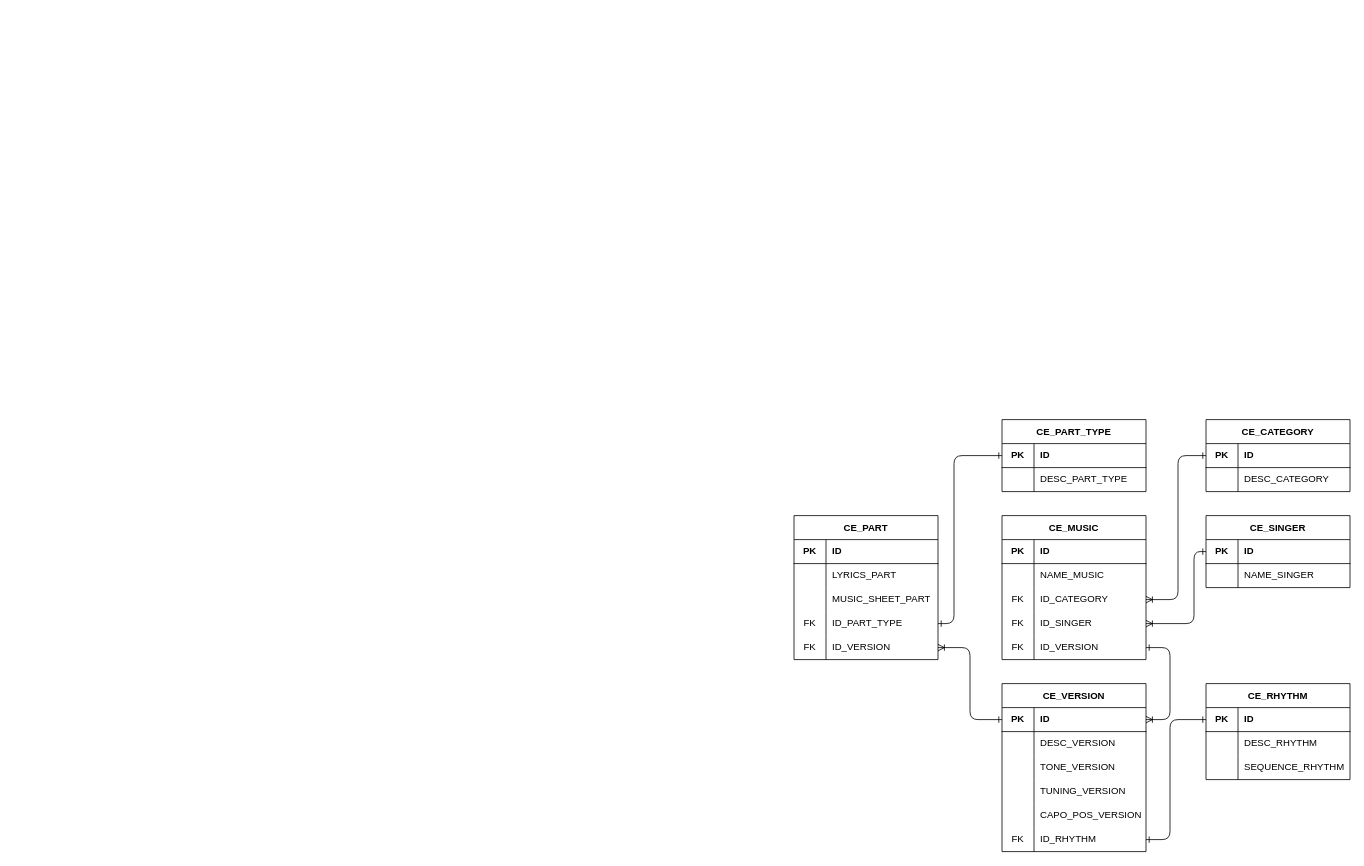
Before: diagrams/ERD.drawio in diasCr/cifraEasy, a draw.io diagram. Source tidied: cells renumbered, new cells numbered last; positions are measured from the earlier drawing's top-left corner, leaving out a move shared by most shapes. Both pictures are drawn from the tidied source at 80%, with x=0, y=0 at pixel (794, 419).
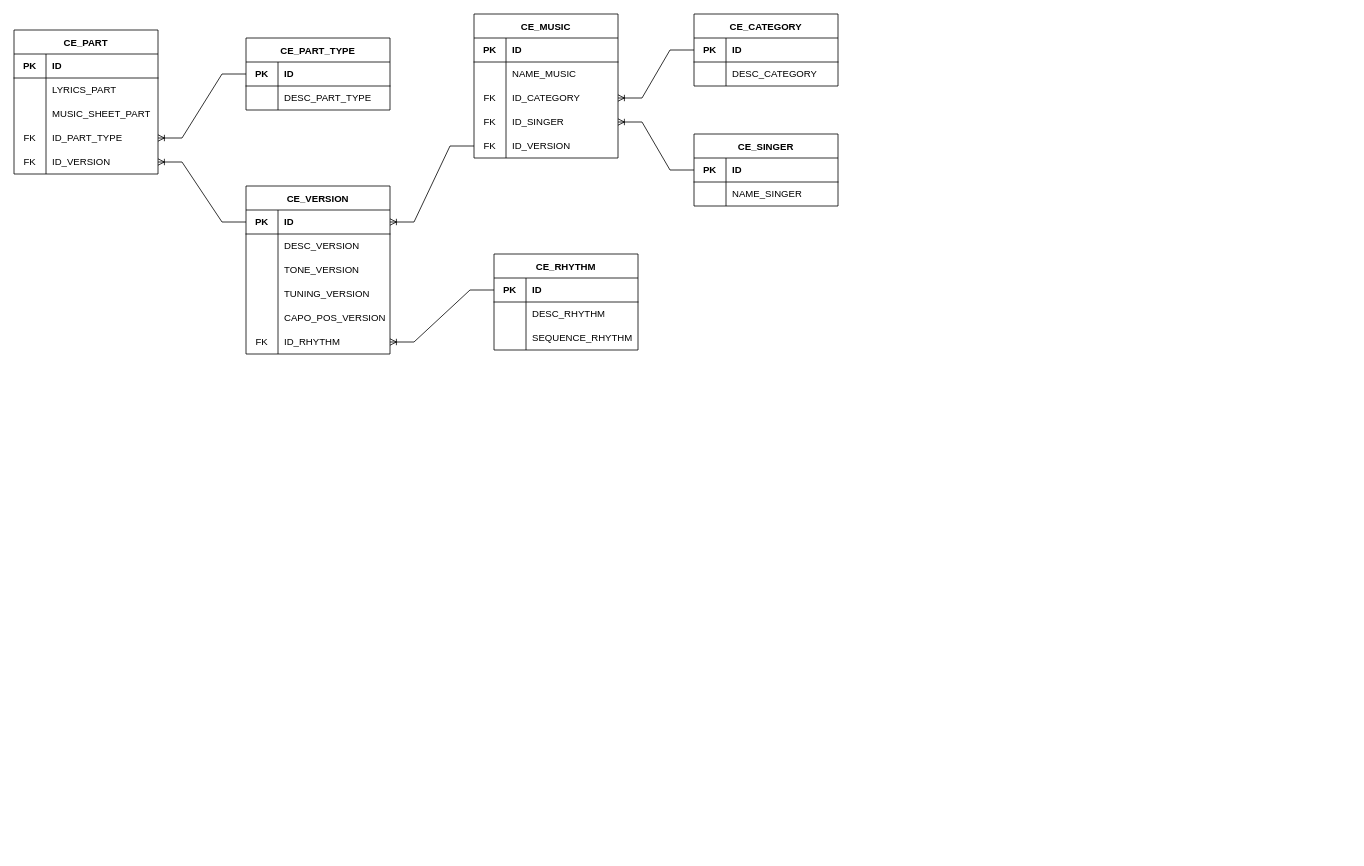
The same page after the edit.

Unchanged cells that the change refers to:
```xml
<mxCell id="9" style="shape=partialRectangle;html=1;whiteSpace=wrap;fillColor=none;top=0;left=0;bottom=0;right=0;points=[[0,0.5],[1,0.5]];portConstraint=eastwest;" parent="2" vertex="1">
  <mxGeometry y="90" width="180" height="30" as="geometry" />
</mxCell>
<mxCell id="12" style="shape=partialRectangle;html=1;whiteSpace=wrap;fillColor=none;top=0;left=0;bottom=0;right=0;points=[[0,0.5],[1,0.5]];portConstraint=eastwest;" parent="2" vertex="1">
  <mxGeometry y="120" width="180" height="30" as="geometry" />
</mxCell>
<mxCell id="15" style="shape=partialRectangle;html=1;whiteSpace=wrap;fillColor=none;top=0;left=0;bottom=0;right=0;points=[[0,0.5],[1,0.5]];portConstraint=eastwest;" parent="2" vertex="1">
  <mxGeometry y="150" width="180" height="30" as="geometry" />
</mxCell>
<mxCell id="19" style="shape=partialRectangle;html=1;whiteSpace=wrap;fillColor=none;top=0;left=0;bottom=1;right=0;points=[[0,0.5],[1,0.5]];portConstraint=eastwest;" parent="18" vertex="1">
  <mxGeometry y="30" width="180" height="30" as="geometry" />
</mxCell>
<mxCell id="26" style="shape=partialRectangle;html=1;whiteSpace=wrap;fillColor=none;top=0;left=0;bottom=1;right=0;points=[[0,0.5],[1,0.5]];portConstraint=eastwest;" parent="25" vertex="1">
  <mxGeometry y="30" width="180" height="30" as="geometry" />
</mxCell>
<mxCell id="42" style="shape=partialRectangle;html=1;whiteSpace=wrap;fillColor=none;top=0;left=0;bottom=0;right=0;points=[[0,0.5],[1,0.5]];portConstraint=eastwest;" parent="32" vertex="1">
  <mxGeometry y="120" width="180" height="30" as="geometry" />
</mxCell>
<mxCell id="45" style="shape=partialRectangle;html=1;whiteSpace=wrap;fillColor=none;top=0;left=0;bottom=0;right=0;points=[[0,0.5],[1,0.5]];portConstraint=eastwest;" parent="32" vertex="1">
  <mxGeometry y="150" width="180" height="30" as="geometry" />
</mxCell>
<mxCell id="52" style="shape=partialRectangle;html=1;whiteSpace=wrap;fillColor=none;top=0;left=0;bottom=1;right=0;points=[[0,0.5],[1,0.5]];portConstraint=eastwest;" parent="51" vertex="1">
  <mxGeometry y="30" width="180" height="30" as="geometry" />
</mxCell>
<mxCell id="67" style="shape=partialRectangle;html=1;whiteSpace=wrap;fillColor=none;top=0;left=0;bottom=0;right=0;points=[[0,0.5],[1,0.5]];portConstraint=eastwest;" parent="51" vertex="1">
  <mxGeometry y="180" width="180" height="30" as="geometry" />
</mxCell>
<mxCell id="71" style="shape=partialRectangle;html=1;whiteSpace=wrap;fillColor=none;top=0;left=0;bottom=1;right=0;points=[[0,0.5],[1,0.5]];portConstraint=eastwest;" parent="70" vertex="1">
  <mxGeometry y="30" width="180" height="30" as="geometry" />
</mxCell>
<mxCell id="79" style="shape=partialRectangle;html=1;whiteSpace=wrap;fillColor=none;top=0;left=0;bottom=1;right=0;points=[[0,0.5],[1,0.5]];portConstraint=eastwest;" parent="78" vertex="1">
  <mxGeometry y="30" width="180" height="30" as="geometry" />
</mxCell>
```

What changed in the source:
```diff
@@
     <mxCell id="2" value="CE_MUSIC" style="shape=table;startSize=30;childLayout=tableLayout;rowLines=0;fontStyle=1;align=center;" parent="1" vertex="1">
-      <mxGeometry x="260" y="120" width="180" height="180" as="geometry" />
+      <mxGeometry x="-400" y="-507" width="180" height="180" as="geometry" />
     </mxCell>
@@
     <mxCell id="18" value="CE_SINGER" style="shape=table;startSize=30;childLayout=tableLayout;rowLines=0;fontStyle=1;align=center;" parent="1" vertex="1">
-      <mxGeometry x="515" y="120" width="180" height="90" as="geometry" />
+      <mxGeometry x="-125" y="-357" width="180" height="90" as="geometry" />
     </mxCell>
@@
     <mxCell id="25" value="CE_CATEGORY" style="shape=table;startSize=30;childLayout=tableLayout;rowLines=0;fontStyle=1;align=center;" parent="1" vertex="1">
-      <mxGeometry x="515" width="180" height="90" as="geometry" />
+      <mxGeometry x="-125" y="-507" width="180" height="90" as="geometry" />
     </mxCell>
@@
     <mxCell id="32" value="CE_PART" style="shape=table;startSize=30;childLayout=tableLayout;rowLines=0;fontStyle=1;align=center;" parent="1" vertex="1">
-      <mxGeometry y="120" width="180" height="180" as="geometry" />
+      <mxGeometry x="-975" y="-487" width="180" height="180" as="geometry" />
     </mxCell>
@@
-    <mxCell id="48" style="edgeStyle=elbowEdgeStyle;endArrow=ERone;html=1;strokeColor=default;endFill=0;startArrow=ERoneToMany;startFill=0;" parent="1" edge="1" source="12" target="19">
-      <mxGeometry relative="1" as="geometry">
-        <Array as="points">
-          <mxPoint x="500" y="210" />
-          <mxPoint x="510" y="190" />
-          <mxPoint x="470" y="250" />
-          <mxPoint x="480" y="120" />
-          <mxPoint x="470" y="150" />
-          <mxPoint x="460" y="130" />
-          <mxPoint x="480" y="100" />
-          <mxPoint x="490" y="150" />
-          <mxPoint x="480" y="60" />
-          <mxPoint x="400" y="190" />
-        </Array>
-      </mxGeometry>
-    </mxCell>
-    <mxCell id="49" style="edgeStyle=elbowEdgeStyle;endArrow=ERone;html=1;strokeColor=default;endFill=0;startArrow=ERoneToMany;startFill=0;" parent="1" edge="1" source="9" target="26">
-      <mxGeometry relative="1" as="geometry">
-        <Array as="points">
-          <mxPoint x="480" y="110" />
-          <mxPoint x="500" y="190" />
-          <mxPoint x="490" y="150" />
-          <mxPoint x="500" y="210" />
-          <mxPoint x="490" y="220" />
-          <mxPoint x="500" y="180" />
-          <mxPoint x="450" y="180" />
-          <mxPoint x="430" y="200" />
-          <mxPoint x="410" y="200" />
-        </Array>
-      </mxGeometry>
-    </mxCell>
-    <mxCell id="50" style="edgeStyle=elbowEdgeStyle;endArrow=ERone;html=1;strokeColor=default;endFill=0;startArrow=ERoneToMany;startFill=0;entryX=0;entryY=0.5;entryDx=0;entryDy=0;" parent="1" edge="1" target="52">
-      <mxGeometry relative="1" as="geometry">
-        <mxPoint x="180" y="285" as="sourcePoint" />
-        <Array as="points">
-          <mxPoint x="220" y="200" />
-          <mxPoint x="230" y="260" />
-          <mxPoint x="230" y="250" />
-          <mxPoint x="180" y="350" />
-        </Array>
-      </mxGeometry>
-    </mxCell>
     <mxCell id="51" value="CE_VERSION" style="shape=table;startSize=30;childLayout=tableLayout;rowLines=0;fontStyle=1;align=center;" parent="1" vertex="1">
-      <mxGeometry x="260" y="330" width="180" height="210" as="geometry" />
+      <mxGeometry x="-685" y="-292" width="180" height="210" as="geometry" />
     </mxCell>
@@
     <mxCell id="70" value="CE_PART_TYPE" style="shape=table;startSize=30;childLayout=tableLayout;rowLines=0;fontStyle=1;align=center;" parent="1" vertex="1">
-      <mxGeometry x="260" width="180" height="90" as="geometry" />
+      <mxGeometry x="-685" y="-477" width="180" height="90" as="geometry" />
     </mxCell>
@@
-    <mxCell id="77" style="edgeStyle=elbowEdgeStyle;endArrow=ERone;html=1;strokeColor=default;endFill=0;startArrow=ERone;startFill=0;entryX=0;entryY=0.5;entryDx=0;entryDy=0;" parent="1" edge="1" source="42" target="71">
-      <mxGeometry relative="1" as="geometry">
-        <Array as="points">
-          <mxPoint x="200" y="100" />
-          <mxPoint x="210" y="160" />
-          <mxPoint x="760" y="210" />
-          <mxPoint x="850" y="275" />
-          <mxPoint x="840" y="285" />
-          <mxPoint x="850" y="245" />
-          <mxPoint x="800" y="245" />
-          <mxPoint x="780" y="265" />
-          <mxPoint x="760" y="265" />
-        </Array>
-      </mxGeometry>
-    </mxCell>
     <mxCell id="78" value="CE_RHYTHM" style="shape=table;startSize=30;childLayout=tableLayout;rowLines=0;fontStyle=1;align=center;" parent="1" vertex="1">
-      <mxGeometry x="515" y="330" width="180" height="120" as="geometry" />
+      <mxGeometry x="-375" y="-207" width="180" height="120" as="geometry" />
     </mxCell>
@@
-    <mxCell id="88" style="edgeStyle=elbowEdgeStyle;endArrow=ERone;html=1;strokeColor=default;endFill=0;startArrow=ERone;startFill=0;entryX=0;entryY=0.5;entryDx=0;entryDy=0;exitX=1;exitY=0.5;exitDx=0;exitDy=0;" parent="1" edge="1" source="67" target="79">
-      <mxGeometry relative="1" as="geometry">
-        <Array as="points">
-          <mxPoint x="470" y="470" />
-          <mxPoint x="370" y="430" />
-          <mxPoint x="420" y="470" />
-          <mxPoint x="980" y="220" />
-          <mxPoint x="1030" y="230" />
-          <mxPoint x="1070" y="360" />
-          <mxPoint x="1060" y="370" />
-          <mxPoint x="1070" y="330" />
-          <mxPoint x="1020" y="330" />
-          <mxPoint x="1000" y="350" />
-          <mxPoint x="980" y="350" />
-        </Array>
-      </mxGeometry>
-    </mxCell>
-    <mxCell id="89" style="edgeStyle=elbowEdgeStyle;endArrow=ERone;html=1;strokeColor=default;endFill=0;startArrow=ERoneToMany;startFill=0;exitX=1;exitY=0.5;exitDx=0;exitDy=0;entryX=1;entryY=0.5;entryDx=0;entryDy=0;" parent="1" edge="1" source="52" target="15">
-      <mxGeometry relative="1" as="geometry">
-        <Array as="points">
-          <mxPoint x="470" y="330" />
-          <mxPoint x="230" y="330" />
-          <mxPoint x="210" y="335" />
-          <mxPoint x="220" y="395" />
-          <mxPoint x="220" y="385" />
-          <mxPoint x="170" y="485" />
-        </Array>
-      </mxGeometry>
-    </mxCell>
+    <mxCell id="90" style="edgeStyle=entityRelationEdgeStyle;fontSize=12;html=1;endArrow=ERoneToMany;rounded=0;exitX=0;exitY=0.5;exitDx=0;exitDy=0;entryX=1;entryY=0.5;entryDx=0;entryDy=0;" parent="1" edge="1" source="79" target="67">
+      <mxGeometry relative="1" as="geometry" />
+    </mxCell>
+    <mxCell id="91" style="edgeStyle=entityRelationEdgeStyle;fontSize=12;html=1;endArrow=ERoneToMany;rounded=0;entryX=1;entryY=0.5;entryDx=0;entryDy=0;exitX=0;exitY=0.5;exitDx=0;exitDy=0;" parent="1" edge="1" source="52" target="45">
+      <mxGeometry relative="1" as="geometry" />
+    </mxCell>
+    <mxCell id="92" style="edgeStyle=entityRelationEdgeStyle;fontSize=12;html=1;endArrow=ERoneToMany;rounded=0;entryX=1;entryY=0.5;entryDx=0;entryDy=0;exitX=0;exitY=0.5;exitDx=0;exitDy=0;" parent="1" edge="1" source="71" target="42">
+      <mxGeometry relative="1" as="geometry" />
+    </mxCell>
+    <mxCell id="93" style="edgeStyle=entityRelationEdgeStyle;fontSize=12;html=1;endArrow=ERoneToMany;rounded=0;entryX=1;entryY=0.5;entryDx=0;entryDy=0;exitX=0;exitY=0.5;exitDx=0;exitDy=0;" parent="1" edge="1" source="19" target="12">
+      <mxGeometry relative="1" as="geometry" />
+    </mxCell>
+    <mxCell id="94" style="edgeStyle=entityRelationEdgeStyle;fontSize=12;html=1;endArrow=ERoneToMany;rounded=0;entryX=1;entryY=0.5;entryDx=0;entryDy=0;exitX=0;exitY=0.5;exitDx=0;exitDy=0;" parent="1" edge="1" source="26" target="9">
+      <mxGeometry relative="1" as="geometry" />
+    </mxCell>
+    <mxCell id="95" style="edgeStyle=entityRelationEdgeStyle;fontSize=12;html=1;endArrow=ERoneToMany;rounded=0;entryX=1;entryY=0.5;entryDx=0;entryDy=0;exitX=0;exitY=0.5;exitDx=0;exitDy=0;" parent="1" edge="1" source="15" target="52">
+      <mxGeometry relative="1" as="geometry" />
+    </mxCell>
```
